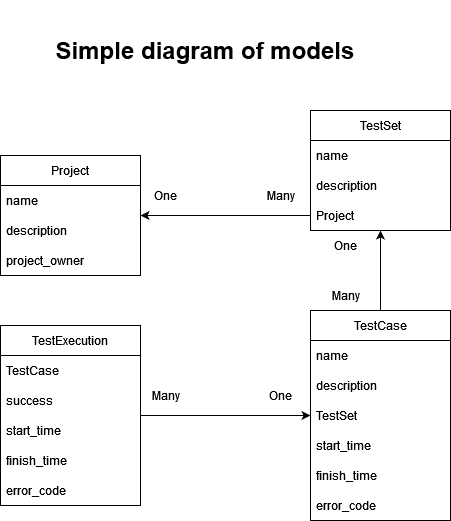
The draw.io diagram docs/database.drawio.png in baldm/TestLens, before a commit. Source tidied: cells renumbered, new cells last; positions are measured from the earlier drawing's top-left corner, leaving out a move shared by most shapes. Source of this version:
```xml
<mxGraphModel>
  <root>
    <mxCell id="0" />
    <mxCell id="1" parent="0" />
    <mxCell id="2" value="Project" style="swimlane;fontStyle=0;horizontal=1;startSize=30;" parent="1" vertex="1">
      <mxGeometry y="155" width="140" height="120" as="geometry" />
    </mxCell>
    <mxCell id="3" value="name" style="text;strokeColor=none;fillColor=none;align=left;verticalAlign=middle;spacingLeft=4;spacingRight=4;overflow=hidden;" parent="2" vertex="1">
      <mxGeometry y="30" width="140" height="30" as="geometry" />
    </mxCell>
    <mxCell id="4" value="description    " style="text;strokeColor=none;fillColor=none;align=left;verticalAlign=middle;spacingLeft=4;spacingRight=4;overflow=hidden;" parent="2" vertex="1">
      <mxGeometry y="60" width="140" height="30" as="geometry" />
    </mxCell>
    <mxCell id="5" value="project_owner" style="text;strokeColor=none;fillColor=none;align=left;verticalAlign=middle;spacingLeft=4;spacingRight=4;overflow=hidden;" parent="2" vertex="1">
      <mxGeometry y="90" width="140" height="30" as="geometry" />
    </mxCell>
    <mxCell id="6" value="&lt;h1&gt;Simple diagram of models&lt;/h1&gt;" style="text;html=1;align=center;verticalAlign=middle;whiteSpace=wrap;rounded=0;perimeterSpacing=0;glass=0;fillColor=none;" parent="1" vertex="1">
      <mxGeometry x="30" width="350" height="100" as="geometry" />
    </mxCell>
    <mxCell id="7" style="edgeStyle=orthogonalEdgeStyle;rounded=0;jettySize=auto;html=1;" parent="1" edge="1" source="8" target="15">
      <mxGeometry relative="1" as="geometry" />
    </mxCell>
    <mxCell id="8" value="TestExecution" style="swimlane;fontStyle=0;horizontal=1;startSize=30;" parent="1" vertex="1">
      <mxGeometry y="325" width="140" height="180" as="geometry" />
    </mxCell>
    <mxCell id="9" value="TestCase" style="text;strokeColor=none;fillColor=none;align=left;verticalAlign=middle;spacingLeft=4;spacingRight=4;overflow=hidden;" parent="8" vertex="1">
      <mxGeometry y="30" width="140" height="30" as="geometry" />
    </mxCell>
    <mxCell id="10" value="success" style="text;strokeColor=none;fillColor=none;align=left;verticalAlign=middle;spacingLeft=4;spacingRight=4;overflow=hidden;" parent="8" vertex="1">
      <mxGeometry y="60" width="140" height="30" as="geometry" />
    </mxCell>
    <mxCell id="11" value="start_time" style="text;strokeColor=none;fillColor=none;align=left;verticalAlign=middle;spacingLeft=4;spacingRight=4;overflow=hidden;" parent="8" vertex="1">
      <mxGeometry y="90" width="140" height="30" as="geometry" />
    </mxCell>
    <mxCell id="12" value="finish_time" style="text;strokeColor=none;fillColor=none;align=left;verticalAlign=middle;spacingLeft=4;spacingRight=4;overflow=hidden;" parent="8" vertex="1">
      <mxGeometry y="120" width="140" height="30" as="geometry" />
    </mxCell>
    <mxCell id="13" value="error_code" style="text;strokeColor=none;fillColor=none;align=left;verticalAlign=middle;spacingLeft=4;spacingRight=4;overflow=hidden;" parent="8" vertex="1">
      <mxGeometry y="150" width="140" height="30" as="geometry" />
    </mxCell>
    <mxCell id="14" style="edgeStyle=orthogonalEdgeStyle;rounded=0;jettySize=auto;html=1;entryX=0.5;entryY=1;entryDx=0;entryDy=0;" parent="1" edge="1" source="15" target="22">
      <mxGeometry relative="1" as="geometry" />
    </mxCell>
    <mxCell id="15" value="TestCase" style="swimlane;fontStyle=0;horizontal=1;startSize=30;" parent="1" vertex="1">
      <mxGeometry x="310" y="310" width="140" height="210" as="geometry" />
    </mxCell>
    <mxCell id="16" value="name" style="text;strokeColor=none;fillColor=none;align=left;verticalAlign=middle;spacingLeft=4;spacingRight=4;overflow=hidden;" parent="15" vertex="1">
      <mxGeometry y="30" width="140" height="30" as="geometry" />
    </mxCell>
    <mxCell id="17" value="description" style="text;strokeColor=none;fillColor=none;align=left;verticalAlign=middle;spacingLeft=4;spacingRight=4;overflow=hidden;" parent="15" vertex="1">
      <mxGeometry y="60" width="140" height="30" as="geometry" />
    </mxCell>
    <mxCell id="18" value="TestSet" style="text;strokeColor=none;fillColor=none;align=left;verticalAlign=middle;spacingLeft=4;spacingRight=4;overflow=hidden;" parent="15" vertex="1">
      <mxGeometry y="90" width="140" height="30" as="geometry" />
    </mxCell>
    <mxCell id="19" value="start_time" style="text;strokeColor=none;fillColor=none;align=left;verticalAlign=middle;spacingLeft=4;spacingRight=4;overflow=hidden;" parent="15" vertex="1">
      <mxGeometry y="120" width="140" height="30" as="geometry" />
    </mxCell>
    <mxCell id="20" value="finish_time" style="text;strokeColor=none;fillColor=none;align=left;verticalAlign=middle;spacingLeft=4;spacingRight=4;overflow=hidden;" parent="15" vertex="1">
      <mxGeometry y="150" width="140" height="30" as="geometry" />
    </mxCell>
    <mxCell id="21" value="error_code" style="text;strokeColor=none;fillColor=none;align=left;verticalAlign=middle;spacingLeft=4;spacingRight=4;overflow=hidden;" parent="15" vertex="1">
      <mxGeometry y="180" width="140" height="30" as="geometry" />
    </mxCell>
    <mxCell id="22" value="TestSet" style="swimlane;fontStyle=0;horizontal=1;startSize=30;" parent="1" vertex="1">
      <mxGeometry x="310" y="110" width="140" height="120" as="geometry" />
    </mxCell>
    <mxCell id="23" value="name" style="text;strokeColor=none;fillColor=none;align=left;verticalAlign=middle;spacingLeft=4;spacingRight=4;overflow=hidden;" parent="22" vertex="1">
      <mxGeometry y="30" width="140" height="30" as="geometry" />
    </mxCell>
    <mxCell id="24" value="description    " style="text;strokeColor=none;fillColor=none;align=left;verticalAlign=middle;spacingLeft=4;spacingRight=4;overflow=hidden;" parent="22" vertex="1">
      <mxGeometry y="60" width="140" height="30" as="geometry" />
    </mxCell>
    <mxCell id="25" value="Project" style="text;strokeColor=none;fillColor=none;align=left;verticalAlign=middle;spacingLeft=4;spacingRight=4;overflow=hidden;points=[[0,0.5],[1,0.5]];portConstraint=eastwest;" parent="22" vertex="1">
      <mxGeometry y="90" width="140" height="30" as="geometry" />
    </mxCell>
    <mxCell id="26" value="One" style="text;html=1;align=center;verticalAlign=middle;strokeColor=none;fillColor=none;" parent="1" vertex="1">
      <mxGeometry x="255" y="380" width="50" height="30" as="geometry" />
    </mxCell>
    <mxCell id="27" value="Many" style="text;html=1;align=center;verticalAlign=middle;strokeColor=none;fillColor=none;" parent="1" vertex="1">
      <mxGeometry x="140" y="380" width="50" height="30" as="geometry" />
    </mxCell>
    <mxCell id="28" style="edgeStyle=orthogonalEdgeStyle;rounded=0;jettySize=auto;html=1;entryX=1;entryY=0.5;entryDx=0;entryDy=0;" parent="1" edge="1" source="25" target="2">
      <mxGeometry relative="1" as="geometry" />
    </mxCell>
    <mxCell id="29" value="Many" style="text;html=1;align=center;verticalAlign=middle;strokeColor=none;fillColor=none;" parent="1" vertex="1">
      <mxGeometry x="320" y="280" width="50" height="30" as="geometry" />
    </mxCell>
    <mxCell id="30" value="One" style="text;html=1;align=center;verticalAlign=middle;strokeColor=none;fillColor=none;" parent="1" vertex="1">
      <mxGeometry x="320" y="230" width="50" height="30" as="geometry" />
    </mxCell>
    <mxCell id="31" value="Many" style="text;html=1;align=center;verticalAlign=middle;strokeColor=none;fillColor=none;" parent="1" vertex="1">
      <mxGeometry x="255" y="180" width="50" height="30" as="geometry" />
    </mxCell>
    <mxCell id="32" value="One" style="text;html=1;align=center;verticalAlign=middle;strokeColor=none;fillColor=none;" parent="1" vertex="1">
      <mxGeometry x="140" y="180" width="50" height="30" as="geometry" />
    </mxCell>
  </root>
</mxGraphModel>
```
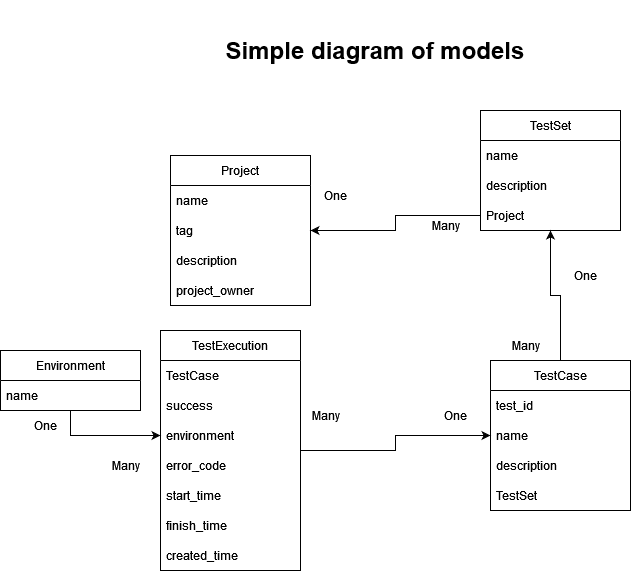
The same file after the commit.

The edit, as a diff of the source:
```diff
@@ -3,16 +3,19 @@
     <mxCell id="0" />
     <mxCell id="1" parent="0" />
     <mxCell id="2" value="Project" style="swimlane;fontStyle=0;horizontal=1;startSize=30;" parent="1" vertex="1">
-      <mxGeometry y="155" width="140" height="120" as="geometry" />
+      <mxGeometry y="155" width="140" height="150" as="geometry" />
     </mxCell>
     <mxCell id="3" value="name" style="text;strokeColor=none;fillColor=none;align=left;verticalAlign=middle;spacingLeft=4;spacingRight=4;overflow=hidden;" parent="2" vertex="1">
       <mxGeometry y="30" width="140" height="30" as="geometry" />
     </mxCell>
+    <mxCell id="33" value="tag" style="text;strokeColor=none;fillColor=none;align=left;verticalAlign=middle;spacingLeft=4;spacingRight=4;overflow=hidden;" parent="2" vertex="1">
+      <mxGeometry y="60" width="140" height="30" as="geometry" />
+    </mxCell>
     <mxCell id="4" value="description    " style="text;strokeColor=none;fillColor=none;align=left;verticalAlign=middle;spacingLeft=4;spacingRight=4;overflow=hidden;" parent="2" vertex="1">
-      <mxGeometry y="60" width="140" height="30" as="geometry" />
+      <mxGeometry y="90" width="140" height="30" as="geometry" />
     </mxCell>
     <mxCell id="5" value="project_owner" style="text;strokeColor=none;fillColor=none;align=left;verticalAlign=middle;spacingLeft=4;spacingRight=4;overflow=hidden;" parent="2" vertex="1">
-      <mxGeometry y="90" width="140" height="30" as="geometry" />
+      <mxGeometry y="120" width="140" height="30" as="geometry" />
     </mxCell>
     <mxCell id="6" value="&lt;h1&gt;Simple diagram of models&lt;/h1&gt;" style="text;html=1;align=center;verticalAlign=middle;whiteSpace=wrap;rounded=0;perimeterSpacing=0;glass=0;fillColor=none;" parent="1" vertex="1">
       <mxGeometry x="30" width="350" height="100" as="geometry" />
@@ -21,7 +24,7 @@
       <mxGeometry relative="1" as="geometry" />
     </mxCell>
     <mxCell id="8" value="TestExecution" style="swimlane;fontStyle=0;horizontal=1;startSize=30;" parent="1" vertex="1">
-      <mxGeometry y="325" width="140" height="180" as="geometry" />
+      <mxGeometry x="-10" y="330" width="140" height="240" as="geometry" />
     </mxCell>
     <mxCell id="9" value="TestCase" style="text;strokeColor=none;fillColor=none;align=left;verticalAlign=middle;spacingLeft=4;spacingRight=4;overflow=hidden;" parent="8" vertex="1">
       <mxGeometry y="30" width="140" height="30" as="geometry" />
@@ -29,39 +32,39 @@
     <mxCell id="10" value="success" style="text;strokeColor=none;fillColor=none;align=left;verticalAlign=middle;spacingLeft=4;spacingRight=4;overflow=hidden;" parent="8" vertex="1">
       <mxGeometry y="60" width="140" height="30" as="geometry" />
     </mxCell>
+    <mxCell id="34" value="environment" style="text;strokeColor=none;fillColor=none;align=left;verticalAlign=middle;spacingLeft=4;spacingRight=4;overflow=hidden;points=[[0,0.5],[1,0.5]];portConstraint=eastwest;" parent="8" vertex="1">
+      <mxGeometry y="90" width="140" height="30" as="geometry" />
+    </mxCell>
+    <mxCell id="13" value="error_code" style="text;strokeColor=none;fillColor=none;align=left;verticalAlign=middle;spacingLeft=4;spacingRight=4;overflow=hidden;" parent="8" vertex="1">
+      <mxGeometry y="120" width="140" height="30" as="geometry" />
+    </mxCell>
     <mxCell id="11" value="start_time" style="text;strokeColor=none;fillColor=none;align=left;verticalAlign=middle;spacingLeft=4;spacingRight=4;overflow=hidden;" parent="8" vertex="1">
-      <mxGeometry y="90" width="140" height="30" as="geometry" />
+      <mxGeometry y="150" width="140" height="30" as="geometry" />
     </mxCell>
     <mxCell id="12" value="finish_time" style="text;strokeColor=none;fillColor=none;align=left;verticalAlign=middle;spacingLeft=4;spacingRight=4;overflow=hidden;" parent="8" vertex="1">
-      <mxGeometry y="120" width="140" height="30" as="geometry" />
+      <mxGeometry y="180" width="140" height="30" as="geometry" />
     </mxCell>
-    <mxCell id="13" value="error_code" style="text;strokeColor=none;fillColor=none;align=left;verticalAlign=middle;spacingLeft=4;spacingRight=4;overflow=hidden;" parent="8" vertex="1">
-      <mxGeometry y="150" width="140" height="30" as="geometry" />
-    </mxCell>
+    <mxCell id="35" value="created_time" style="text;strokeColor=none;fillColor=none;align=left;verticalAlign=middle;spacingLeft=4;spacingRight=4;overflow=hidden;" parent="8" vertex="1">
+      <mxGeometry y="210" width="140" height="30" as="geometry" />
+    </mxCell>
     <mxCell id="14" style="edgeStyle=orthogonalEdgeStyle;rounded=0;jettySize=auto;html=1;entryX=0.5;entryY=1;entryDx=0;entryDy=0;" parent="1" edge="1" source="15" target="22">
       <mxGeometry relative="1" as="geometry" />
     </mxCell>
     <mxCell id="15" value="TestCase" style="swimlane;fontStyle=0;horizontal=1;startSize=30;" parent="1" vertex="1">
-      <mxGeometry x="310" y="310" width="140" height="210" as="geometry" />
+      <mxGeometry x="320" y="360" width="140" height="150" as="geometry" />
     </mxCell>
+    <mxCell id="36" value="test_id" style="text;strokeColor=none;fillColor=none;align=left;verticalAlign=middle;spacingLeft=4;spacingRight=4;overflow=hidden;" parent="15" vertex="1">
+      <mxGeometry y="30" width="140" height="30" as="geometry" />
+    </mxCell>
     <mxCell id="16" value="name" style="text;strokeColor=none;fillColor=none;align=left;verticalAlign=middle;spacingLeft=4;spacingRight=4;overflow=hidden;" parent="15" vertex="1">
-      <mxGeometry y="30" width="140" height="30" as="geometry" />
+      <mxGeometry y="60" width="140" height="30" as="geometry" />
     </mxCell>
     <mxCell id="17" value="description" style="text;strokeColor=none;fillColor=none;align=left;verticalAlign=middle;spacingLeft=4;spacingRight=4;overflow=hidden;" parent="15" vertex="1">
-      <mxGeometry y="60" width="140" height="30" as="geometry" />
+      <mxGeometry y="90" width="140" height="30" as="geometry" />
     </mxCell>
     <mxCell id="18" value="TestSet" style="text;strokeColor=none;fillColor=none;align=left;verticalAlign=middle;spacingLeft=4;spacingRight=4;overflow=hidden;" parent="15" vertex="1">
-      <mxGeometry y="90" width="140" height="30" as="geometry" />
+      <mxGeometry y="120" width="140" height="30" as="geometry" />
     </mxCell>
-    <mxCell id="19" value="start_time" style="text;strokeColor=none;fillColor=none;align=left;verticalAlign=middle;spacingLeft=4;spacingRight=4;overflow=hidden;" parent="15" vertex="1">
-      <mxGeometry y="120" width="140" height="30" as="geometry" />
-    </mxCell>
-    <mxCell id="20" value="finish_time" style="text;strokeColor=none;fillColor=none;align=left;verticalAlign=middle;spacingLeft=4;spacingRight=4;overflow=hidden;" parent="15" vertex="1">
-      <mxGeometry y="150" width="140" height="30" as="geometry" />
-    </mxCell>
-    <mxCell id="21" value="error_code" style="text;strokeColor=none;fillColor=none;align=left;verticalAlign=middle;spacingLeft=4;spacingRight=4;overflow=hidden;" parent="15" vertex="1">
-      <mxGeometry y="180" width="140" height="30" as="geometry" />
-    </mxCell>
     <mxCell id="22" value="TestSet" style="swimlane;fontStyle=0;horizontal=1;startSize=30;" parent="1" vertex="1">
       <mxGeometry x="310" y="110" width="140" height="120" as="geometry" />
     </mxCell>
@@ -75,25 +78,40 @@
       <mxGeometry y="90" width="140" height="30" as="geometry" />
     </mxCell>
     <mxCell id="26" value="One" style="text;html=1;align=center;verticalAlign=middle;strokeColor=none;fillColor=none;" parent="1" vertex="1">
-      <mxGeometry x="255" y="380" width="50" height="30" as="geometry" />
+      <mxGeometry x="260" y="400" width="50" height="30" as="geometry" />
     </mxCell>
     <mxCell id="27" value="Many" style="text;html=1;align=center;verticalAlign=middle;strokeColor=none;fillColor=none;" parent="1" vertex="1">
-      <mxGeometry x="140" y="380" width="50" height="30" as="geometry" />
+      <mxGeometry x="130" y="400" width="50" height="30" as="geometry" />
     </mxCell>
     <mxCell id="28" style="edgeStyle=orthogonalEdgeStyle;rounded=0;jettySize=auto;html=1;entryX=1;entryY=0.5;entryDx=0;entryDy=0;" parent="1" edge="1" source="25" target="2">
       <mxGeometry relative="1" as="geometry" />
     </mxCell>
     <mxCell id="29" value="Many" style="text;html=1;align=center;verticalAlign=middle;strokeColor=none;fillColor=none;" parent="1" vertex="1">
-      <mxGeometry x="320" y="280" width="50" height="30" as="geometry" />
+      <mxGeometry x="330" y="330" width="50" height="30" as="geometry" />
     </mxCell>
     <mxCell id="30" value="One" style="text;html=1;align=center;verticalAlign=middle;strokeColor=none;fillColor=none;" parent="1" vertex="1">
-      <mxGeometry x="320" y="230" width="50" height="30" as="geometry" />
+      <mxGeometry x="390" y="260" width="50" height="30" as="geometry" />
     </mxCell>
     <mxCell id="31" value="Many" style="text;html=1;align=center;verticalAlign=middle;strokeColor=none;fillColor=none;" parent="1" vertex="1">
-      <mxGeometry x="255" y="180" width="50" height="30" as="geometry" />
+      <mxGeometry x="250" y="210" width="50" height="30" as="geometry" />
     </mxCell>
     <mxCell id="32" value="One" style="text;html=1;align=center;verticalAlign=middle;strokeColor=none;fillColor=none;" parent="1" vertex="1">
       <mxGeometry x="140" y="180" width="50" height="30" as="geometry" />
     </mxCell>
+    <mxCell id="37" style="edgeStyle=orthogonalEdgeStyle;rounded=0;jettySize=auto;html=1;" parent="1" edge="1" source="38" target="34">
+      <mxGeometry relative="1" as="geometry" />
+    </mxCell>
+    <mxCell id="38" value="Environment" style="swimlane;fontStyle=0;horizontal=1;startSize=30;" parent="1" vertex="1">
+      <mxGeometry x="-170" y="350" width="140" height="60" as="geometry" />
+    </mxCell>
+    <mxCell id="39" value="name" style="text;strokeColor=none;fillColor=none;align=left;verticalAlign=middle;spacingLeft=4;spacingRight=4;overflow=hidden;" parent="38" vertex="1">
+      <mxGeometry y="30" width="140" height="30" as="geometry" />
+    </mxCell>
+    <mxCell id="40" value="One" style="text;html=1;align=center;verticalAlign=middle;strokeColor=none;fillColor=none;" parent="1" vertex="1">
+      <mxGeometry x="-150" y="410" width="50" height="30" as="geometry" />
+    </mxCell>
+    <mxCell id="41" value="Many" style="text;html=1;align=center;verticalAlign=middle;strokeColor=none;fillColor=none;" parent="1" vertex="1">
+      <mxGeometry x="-70" y="450" width="50" height="30" as="geometry" />
+    </mxCell>
   </root>
 </mxGraphModel>
```
